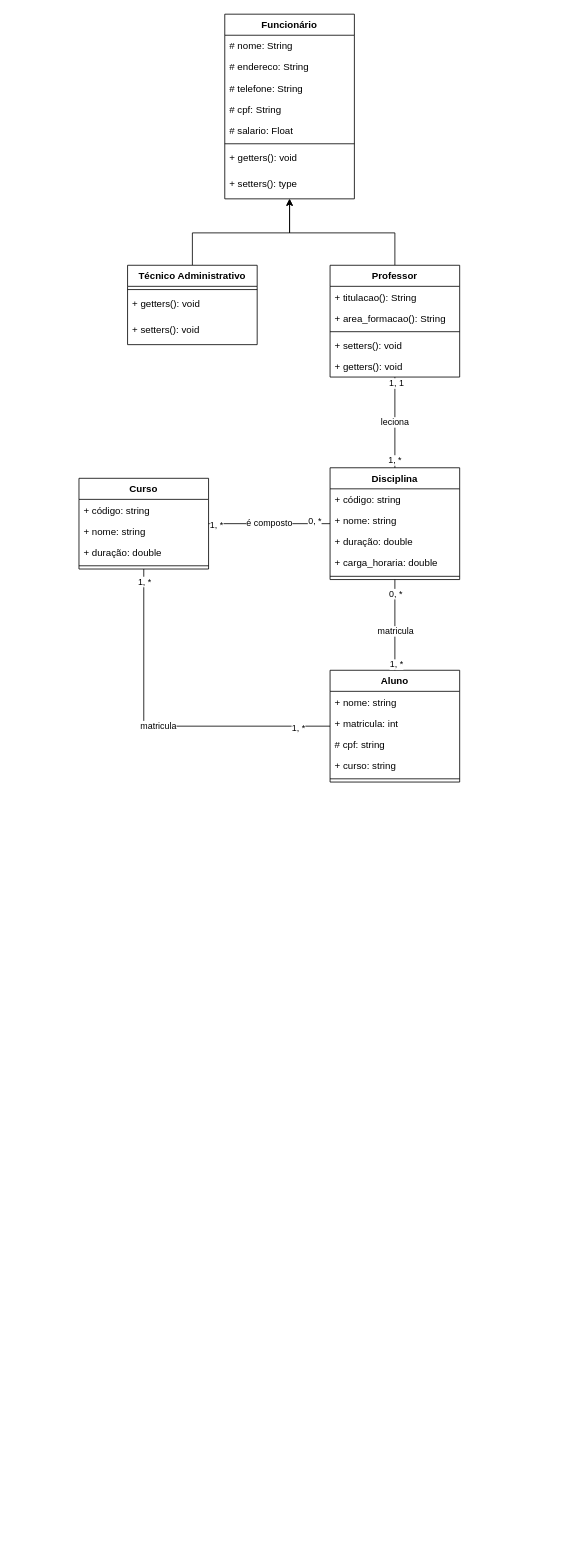
The draw.io diagram EQ3-UML-Gestao_academica.drawio in Karolayne-silva/atv-sistemaDeGestaoAcademica, before the edit. Source tidied: cells renumbered, new cells numbered last; positions are measured from the earlier drawing's top-left corner, leaving out a move shared by most shapes. Both pictures are drawn from the tidied source at 81%, with x=0, y=0 at pixel (79, 14).
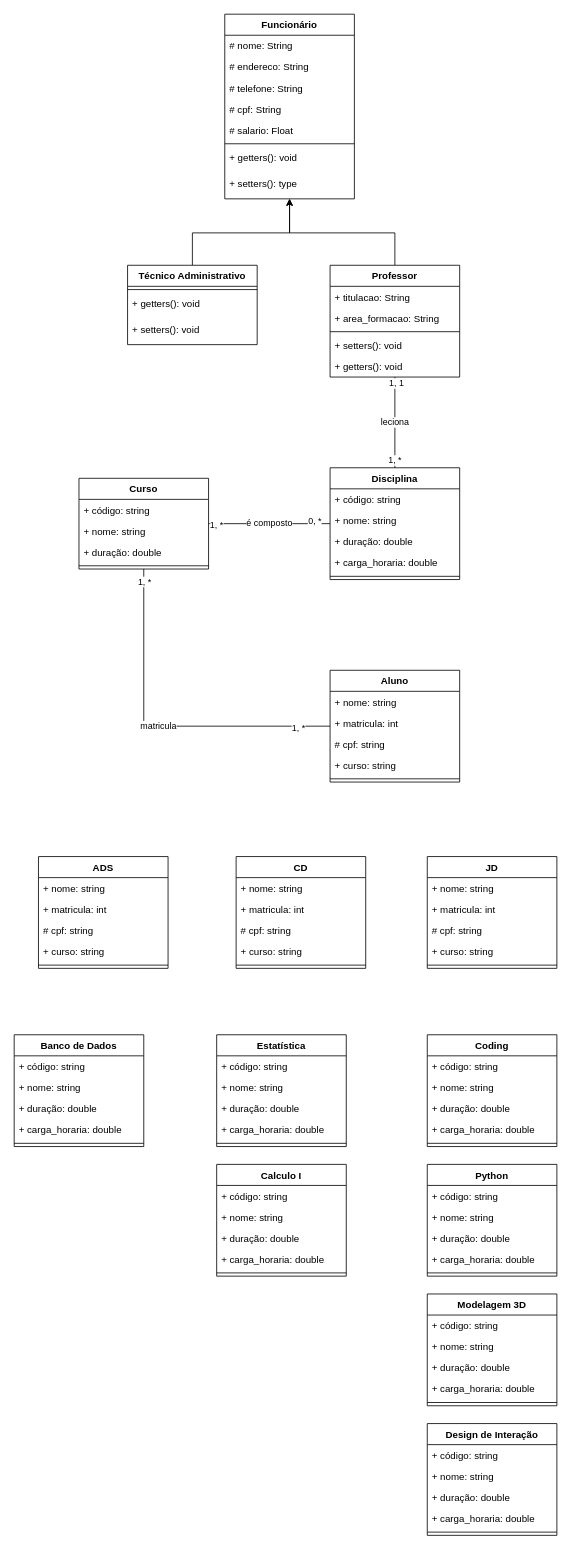
The same diagram, later.

The change refers to these unchanged cells:
```xml
<mxCell id="16" value="Disciplina" style="swimlane;fontStyle=1;align=center;verticalAlign=top;horizontal=1;startSize=26;" parent="1" vertex="1">
  <mxGeometry x="310" y="560" width="160" height="138" as="geometry" />
</mxCell>
<mxCell id="27" value="Professor&#10;" style="swimlane;fontStyle=1;align=center;verticalAlign=top;horizontal=1;startSize=26;" parent="1" vertex="1">
  <mxGeometry x="310" y="310" width="160" height="138" as="geometry" />
</mxCell>
<mxCell id="37" value="Aluno" style="swimlane;fontStyle=1;align=center;verticalAlign=top;horizontal=1;startSize=26;" parent="1" vertex="1">
  <mxGeometry x="310" y="810" width="160" height="138" as="geometry" />
</mxCell>
```

Diff of the diagram source:
```diff
@@
-    <mxCell id="28" value="+ titulacao(): String" style="text;strokeColor=none;fillColor=none;align=left;verticalAlign=top;spacingLeft=4;spacingRight=4;overflow=hidden;" parent="27" vertex="1">
+    <mxCell id="28" value="+ titulacao: String" style="text;strokeColor=none;fillColor=none;align=left;verticalAlign=top;spacingLeft=4;spacingRight=4;overflow=hidden;" parent="27" vertex="1">
       <mxGeometry y="26" width="160" height="26" as="geometry" />
     </mxCell>
-    <mxCell id="29" value="+ area_formacao(): String" style="text;strokeColor=none;fillColor=none;align=left;verticalAlign=top;spacingLeft=4;spacingRight=4;overflow=hidden;" parent="27" vertex="1">
+    <mxCell id="29" value="+ area_formacao: String" style="text;strokeColor=none;fillColor=none;align=left;verticalAlign=top;spacingLeft=4;spacingRight=4;overflow=hidden;" parent="27" vertex="1">
       <mxGeometry y="52" width="160" height="26" as="geometry" />
     </mxCell>
@@
-    <mxCell id="46" style="endArrow=none;html=1;edgeStyle=orthogonalEdgeStyle;rounded=0;" parent="1" edge="1" source="37" target="16">
-      <mxGeometry relative="1" as="geometry" />
-    </mxCell>
-    <mxCell id="47" value="&lt;div style=&quot;&quot;&gt;matricula&lt;/div&gt;" style="edgeLabel;html=1;align=center;verticalAlign=bottom;" parent="46" vertex="1">
-      <mxGeometry x="-1" relative="1" as="geometry">
-        <mxPoint y="-40" as="offset" />
-      </mxGeometry>
-    </mxCell>
-    <mxCell id="48" value="0, *" style="edgeLabel;html=1;align=center;verticalAlign=bottom;" parent="46" vertex="1">
-      <mxGeometry x="1" relative="1" as="geometry">
-        <mxPoint y="26" as="offset" />
-      </mxGeometry>
-    </mxCell>
-    <mxCell id="49" value="1, *" style="edgeLabel;html=1;align=center;verticalAlign=middle;" parent="46" vertex="1">
-      <mxGeometry x="-0.9" y="-1" relative="1" as="geometry">
-        <mxPoint y="-2" as="offset" />
-      </mxGeometry>
-    </mxCell>
@@
+    <mxCell id="53" value="ADS" style="swimlane;fontStyle=1;align=center;verticalAlign=top;horizontal=1;startSize=26;" parent="1" vertex="1">
+      <mxGeometry x="-50" y="1040" width="160" height="138" as="geometry" />
+    </mxCell>
+    <mxCell id="54" value="+ nome: string" style="text;strokeColor=none;fillColor=none;align=left;verticalAlign=top;spacingLeft=4;spacingRight=4;overflow=hidden;" parent="53" vertex="1">
+      <mxGeometry y="26" width="160" height="26" as="geometry" />
+    </mxCell>
+    <mxCell id="55" value="+ matricula: int " style="text;strokeColor=none;fillColor=none;align=left;verticalAlign=top;spacingLeft=4;spacingRight=4;overflow=hidden;" parent="53" vertex="1">
+      <mxGeometry y="52" width="160" height="26" as="geometry" />
+    </mxCell>
+    <mxCell id="56" value="# cpf: string" style="text;strokeColor=none;fillColor=none;align=left;verticalAlign=top;spacingLeft=4;spacingRight=4;overflow=hidden;" parent="53" vertex="1">
+      <mxGeometry y="78" width="160" height="26" as="geometry" />
+    </mxCell>
+    <mxCell id="57" value="+ curso: string" style="text;strokeColor=none;fillColor=none;align=left;verticalAlign=top;spacingLeft=4;spacingRight=4;overflow=hidden;" parent="53" vertex="1">
+      <mxGeometry y="104" width="160" height="26" as="geometry" />
+    </mxCell>
+    <mxCell id="58" style="line;strokeWidth=1;fillColor=none;align=left;verticalAlign=middle;spacingTop=-1;spacingLeft=3;spacingRight=3;labelPosition=right;strokeColor=inherit;" parent="53" vertex="1">
+      <mxGeometry y="130" width="160" height="8" as="geometry" />
+    </mxCell>
+    <mxCell id="59" value="CD" style="swimlane;fontStyle=1;align=center;verticalAlign=top;horizontal=1;startSize=26;" parent="1" vertex="1">
+      <mxGeometry x="194" y="1040" width="160" height="138" as="geometry" />
+    </mxCell>
+    <mxCell id="60" value="+ nome: string" style="text;strokeColor=none;fillColor=none;align=left;verticalAlign=top;spacingLeft=4;spacingRight=4;overflow=hidden;" parent="59" vertex="1">
+      <mxGeometry y="26" width="160" height="26" as="geometry" />
+    </mxCell>
+    <mxCell id="61" value="+ matricula: int " style="text;strokeColor=none;fillColor=none;align=left;verticalAlign=top;spacingLeft=4;spacingRight=4;overflow=hidden;" parent="59" vertex="1">
+      <mxGeometry y="52" width="160" height="26" as="geometry" />
+    </mxCell>
+    <mxCell id="62" value="# cpf: string" style="text;strokeColor=none;fillColor=none;align=left;verticalAlign=top;spacingLeft=4;spacingRight=4;overflow=hidden;" parent="59" vertex="1">
+      <mxGeometry y="78" width="160" height="26" as="geometry" />
+    </mxCell>
+    <mxCell id="63" value="+ curso: string" style="text;strokeColor=none;fillColor=none;align=left;verticalAlign=top;spacingLeft=4;spacingRight=4;overflow=hidden;" parent="59" vertex="1">
+      <mxGeometry y="104" width="160" height="26" as="geometry" />
+    </mxCell>
+    <mxCell id="64" style="line;strokeWidth=1;fillColor=none;align=left;verticalAlign=middle;spacingTop=-1;spacingLeft=3;spacingRight=3;labelPosition=right;strokeColor=inherit;" parent="59" vertex="1">
+      <mxGeometry y="130" width="160" height="8" as="geometry" />
+    </mxCell>
+    <mxCell id="65" value="JD" style="swimlane;fontStyle=1;align=center;verticalAlign=top;horizontal=1;startSize=26;" parent="1" vertex="1">
+      <mxGeometry x="430" y="1040" width="160" height="138" as="geometry" />
+    </mxCell>
+    <mxCell id="66" value="+ nome: string" style="text;strokeColor=none;fillColor=none;align=left;verticalAlign=top;spacingLeft=4;spacingRight=4;overflow=hidden;" parent="65" vertex="1">
+      <mxGeometry y="26" width="160" height="26" as="geometry" />
+    </mxCell>
+    <mxCell id="67" value="+ matricula: int " style="text;strokeColor=none;fillColor=none;align=left;verticalAlign=top;spacingLeft=4;spacingRight=4;overflow=hidden;" parent="65" vertex="1">
+      <mxGeometry y="52" width="160" height="26" as="geometry" />
+    </mxCell>
+    <mxCell id="68" value="# cpf: string" style="text;strokeColor=none;fillColor=none;align=left;verticalAlign=top;spacingLeft=4;spacingRight=4;overflow=hidden;" parent="65" vertex="1">
+      <mxGeometry y="78" width="160" height="26" as="geometry" />
+    </mxCell>
+    <mxCell id="69" value="+ curso: string" style="text;strokeColor=none;fillColor=none;align=left;verticalAlign=top;spacingLeft=4;spacingRight=4;overflow=hidden;" parent="65" vertex="1">
+      <mxGeometry y="104" width="160" height="26" as="geometry" />
+    </mxCell>
+    <mxCell id="70" style="line;strokeWidth=1;fillColor=none;align=left;verticalAlign=middle;spacingTop=-1;spacingLeft=3;spacingRight=3;labelPosition=right;strokeColor=inherit;" parent="65" vertex="1">
+      <mxGeometry y="130" width="160" height="8" as="geometry" />
+    </mxCell>
+    <mxCell id="71" value="Banco de Dados&#10;" style="swimlane;fontStyle=1;align=center;verticalAlign=top;horizontal=1;startSize=26;" parent="1" vertex="1">
+      <mxGeometry x="-80" y="1260" width="160" height="138" as="geometry" />
+    </mxCell>
+    <mxCell id="72" value="+ código: string" style="text;strokeColor=none;fillColor=none;align=left;verticalAlign=top;spacingLeft=4;spacingRight=4;overflow=hidden;" parent="71" vertex="1">
+      <mxGeometry y="26" width="160" height="26" as="geometry" />
+    </mxCell>
+    <mxCell id="73" value="+ nome: string" style="text;strokeColor=none;fillColor=none;align=left;verticalAlign=top;spacingLeft=4;spacingRight=4;overflow=hidden;" parent="71" vertex="1">
+      <mxGeometry y="52" width="160" height="26" as="geometry" />
+    </mxCell>
+    <mxCell id="74" value="+ duração: double" style="text;strokeColor=none;fillColor=none;align=left;verticalAlign=top;spacingLeft=4;spacingRight=4;overflow=hidden;" parent="71" vertex="1">
+      <mxGeometry y="78" width="160" height="26" as="geometry" />
+    </mxCell>
+    <mxCell id="75" value="+ carga_horaria: double" style="text;strokeColor=none;fillColor=none;align=left;verticalAlign=top;spacingLeft=4;spacingRight=4;overflow=hidden;" parent="71" vertex="1">
+      <mxGeometry y="104" width="160" height="26" as="geometry" />
+    </mxCell>
+    <mxCell id="76" style="line;strokeWidth=1;fillColor=none;align=left;verticalAlign=middle;spacingTop=-1;spacingLeft=3;spacingRight=3;labelPosition=right;strokeColor=inherit;" parent="71" vertex="1">
+      <mxGeometry y="130" width="160" height="8" as="geometry" />
+    </mxCell>
+    <mxCell id="77" value="Coding" style="swimlane;fontStyle=1;align=center;verticalAlign=top;horizontal=1;startSize=26;" parent="1" vertex="1">
+      <mxGeometry x="430" y="1260" width="160" height="138" as="geometry" />
+    </mxCell>
+    <mxCell id="78" value="+ código: string" style="text;strokeColor=none;fillColor=none;align=left;verticalAlign=top;spacingLeft=4;spacingRight=4;overflow=hidden;" parent="77" vertex="1">
+      <mxGeometry y="26" width="160" height="26" as="geometry" />
+    </mxCell>
+    <mxCell id="79" value="+ nome: string" style="text;strokeColor=none;fillColor=none;align=left;verticalAlign=top;spacingLeft=4;spacingRight=4;overflow=hidden;" parent="77" vertex="1">
+      <mxGeometry y="52" width="160" height="26" as="geometry" />
+    </mxCell>
+    <mxCell id="80" value="+ duração: double" style="text;strokeColor=none;fillColor=none;align=left;verticalAlign=top;spacingLeft=4;spacingRight=4;overflow=hidden;" parent="77" vertex="1">
+      <mxGeometry y="78" width="160" height="26" as="geometry" />
+    </mxCell>
+    <mxCell id="81" value="+ carga_horaria: double" style="text;strokeColor=none;fillColor=none;align=left;verticalAlign=top;spacingLeft=4;spacingRight=4;overflow=hidden;" parent="77" vertex="1">
+      <mxGeometry y="104" width="160" height="26" as="geometry" />
+    </mxCell>
+    <mxCell id="82" style="line;strokeWidth=1;fillColor=none;align=left;verticalAlign=middle;spacingTop=-1;spacingLeft=3;spacingRight=3;labelPosition=right;strokeColor=inherit;" parent="77" vertex="1">
+      <mxGeometry y="130" width="160" height="8" as="geometry" />
+    </mxCell>
+    <mxCell id="83" value="Estatística" style="swimlane;fontStyle=1;align=center;verticalAlign=top;horizontal=1;startSize=26;" parent="1" vertex="1">
+      <mxGeometry x="170" y="1260" width="160" height="138" as="geometry" />
+    </mxCell>
+    <mxCell id="84" value="+ código: string" style="text;strokeColor=none;fillColor=none;align=left;verticalAlign=top;spacingLeft=4;spacingRight=4;overflow=hidden;" parent="83" vertex="1">
+      <mxGeometry y="26" width="160" height="26" as="geometry" />
+    </mxCell>
+    <mxCell id="85" value="+ nome: string" style="text;strokeColor=none;fillColor=none;align=left;verticalAlign=top;spacingLeft=4;spacingRight=4;overflow=hidden;" parent="83" vertex="1">
+      <mxGeometry y="52" width="160" height="26" as="geometry" />
+    </mxCell>
+    <mxCell id="86" value="+ duração: double" style="text;strokeColor=none;fillColor=none;align=left;verticalAlign=top;spacingLeft=4;spacingRight=4;overflow=hidden;" parent="83" vertex="1">
+      <mxGeometry y="78" width="160" height="26" as="geometry" />
+    </mxCell>
+    <mxCell id="87" value="+ carga_horaria: double" style="text;strokeColor=none;fillColor=none;align=left;verticalAlign=top;spacingLeft=4;spacingRight=4;overflow=hidden;" parent="83" vertex="1">
+      <mxGeometry y="104" width="160" height="26" as="geometry" />
+    </mxCell>
+    <mxCell id="88" style="line;strokeWidth=1;fillColor=none;align=left;verticalAlign=middle;spacingTop=-1;spacingLeft=3;spacingRight=3;labelPosition=right;strokeColor=inherit;" parent="83" vertex="1">
+      <mxGeometry y="130" width="160" height="8" as="geometry" />
+    </mxCell>
+    <mxCell id="89" value="Design de Interação" style="swimlane;fontStyle=1;align=center;verticalAlign=top;horizontal=1;startSize=26;" parent="1" vertex="1">
+      <mxGeometry x="430" y="1740" width="160" height="138" as="geometry" />
+    </mxCell>
+    <mxCell id="90" value="+ código: string" style="text;strokeColor=none;fillColor=none;align=left;verticalAlign=top;spacingLeft=4;spacingRight=4;overflow=hidden;" parent="89" vertex="1">
+      <mxGeometry y="26" width="160" height="26" as="geometry" />
+    </mxCell>
+    <mxCell id="91" value="+ nome: string" style="text;strokeColor=none;fillColor=none;align=left;verticalAlign=top;spacingLeft=4;spacingRight=4;overflow=hidden;" parent="89" vertex="1">
+      <mxGeometry y="52" width="160" height="26" as="geometry" />
+    </mxCell>
+    <mxCell id="92" value="+ duração: double" style="text;strokeColor=none;fillColor=none;align=left;verticalAlign=top;spacingLeft=4;spacingRight=4;overflow=hidden;" parent="89" vertex="1">
+      <mxGeometry y="78" width="160" height="26" as="geometry" />
+    </mxCell>
+    <mxCell id="93" value="+ carga_horaria: double" style="text;strokeColor=none;fillColor=none;align=left;verticalAlign=top;spacingLeft=4;spacingRight=4;overflow=hidden;" parent="89" vertex="1">
+      <mxGeometry y="104" width="160" height="26" as="geometry" />
+    </mxCell>
+    <mxCell id="94" style="line;strokeWidth=1;fillColor=none;align=left;verticalAlign=middle;spacingTop=-1;spacingLeft=3;spacingRight=3;labelPosition=right;strokeColor=inherit;" parent="89" vertex="1">
+      <mxGeometry y="130" width="160" height="8" as="geometry" />
+    </mxCell>
+    <mxCell id="95" value="Python" style="swimlane;fontStyle=1;align=center;verticalAlign=top;horizontal=1;startSize=26;" parent="1" vertex="1">
+      <mxGeometry x="430" y="1420" width="160" height="138" as="geometry" />
+    </mxCell>
+    <mxCell id="96" value="+ código: string" style="text;strokeColor=none;fillColor=none;align=left;verticalAlign=top;spacingLeft=4;spacingRight=4;overflow=hidden;" parent="95" vertex="1">
+      <mxGeometry y="26" width="160" height="26" as="geometry" />
+    </mxCell>
+    <mxCell id="97" value="+ nome: string" style="text;strokeColor=none;fillColor=none;align=left;verticalAlign=top;spacingLeft=4;spacingRight=4;overflow=hidden;" parent="95" vertex="1">
+      <mxGeometry y="52" width="160" height="26" as="geometry" />
+    </mxCell>
+    <mxCell id="98" value="+ duração: double" style="text;strokeColor=none;fillColor=none;align=left;verticalAlign=top;spacingLeft=4;spacingRight=4;overflow=hidden;" parent="95" vertex="1">
+      <mxGeometry y="78" width="160" height="26" as="geometry" />
+    </mxCell>
+    <mxCell id="99" value="+ carga_horaria: double" style="text;strokeColor=none;fillColor=none;align=left;verticalAlign=top;spacingLeft=4;spacingRight=4;overflow=hidden;" parent="95" vertex="1">
+      <mxGeometry y="104" width="160" height="26" as="geometry" />
+    </mxCell>
+    <mxCell id="100" style="line;strokeWidth=1;fillColor=none;align=left;verticalAlign=middle;spacingTop=-1;spacingLeft=3;spacingRight=3;labelPosition=right;strokeColor=inherit;" parent="95" vertex="1">
+      <mxGeometry y="130" width="160" height="8" as="geometry" />
+    </mxCell>
+    <mxCell id="101" value="Modelagem 3D" style="swimlane;fontStyle=1;align=center;verticalAlign=top;horizontal=1;startSize=26;" parent="1" vertex="1">
+      <mxGeometry x="430" y="1580" width="160" height="138" as="geometry" />
+    </mxCell>
+    <mxCell id="102" value="+ código: string" style="text;strokeColor=none;fillColor=none;align=left;verticalAlign=top;spacingLeft=4;spacingRight=4;overflow=hidden;" parent="101" vertex="1">
+      <mxGeometry y="26" width="160" height="26" as="geometry" />
+    </mxCell>
+    <mxCell id="103" value="+ nome: string" style="text;strokeColor=none;fillColor=none;align=left;verticalAlign=top;spacingLeft=4;spacingRight=4;overflow=hidden;" parent="101" vertex="1">
+      <mxGeometry y="52" width="160" height="26" as="geometry" />
+    </mxCell>
+    <mxCell id="104" value="+ duração: double" style="text;strokeColor=none;fillColor=none;align=left;verticalAlign=top;spacingLeft=4;spacingRight=4;overflow=hidden;" parent="101" vertex="1">
+      <mxGeometry y="78" width="160" height="26" as="geometry" />
+    </mxCell>
+    <mxCell id="105" value="+ carga_horaria: double" style="text;strokeColor=none;fillColor=none;align=left;verticalAlign=top;spacingLeft=4;spacingRight=4;overflow=hidden;" parent="101" vertex="1">
+      <mxGeometry y="104" width="160" height="26" as="geometry" />
+    </mxCell>
+    <mxCell id="106" style="line;strokeWidth=1;fillColor=none;align=left;verticalAlign=middle;spacingTop=-1;spacingLeft=3;spacingRight=3;labelPosition=right;strokeColor=inherit;" parent="101" vertex="1">
+      <mxGeometry y="130" width="160" height="8" as="geometry" />
+    </mxCell>
+    <mxCell id="107" value="Calculo I" style="swimlane;fontStyle=1;align=center;verticalAlign=top;horizontal=1;startSize=26;" parent="1" vertex="1">
+      <mxGeometry x="170" y="1420" width="160" height="138" as="geometry" />
+    </mxCell>
+    <mxCell id="108" value="+ código: string" style="text;strokeColor=none;fillColor=none;align=left;verticalAlign=top;spacingLeft=4;spacingRight=4;overflow=hidden;" parent="107" vertex="1">
+      <mxGeometry y="26" width="160" height="26" as="geometry" />
+    </mxCell>
+    <mxCell id="109" value="+ nome: string" style="text;strokeColor=none;fillColor=none;align=left;verticalAlign=top;spacingLeft=4;spacingRight=4;overflow=hidden;" parent="107" vertex="1">
+      <mxGeometry y="52" width="160" height="26" as="geometry" />
+    </mxCell>
+    <mxCell id="110" value="+ duração: double" style="text;strokeColor=none;fillColor=none;align=left;verticalAlign=top;spacingLeft=4;spacingRight=4;overflow=hidden;" parent="107" vertex="1">
+      <mxGeometry y="78" width="160" height="26" as="geometry" />
+    </mxCell>
+    <mxCell id="111" value="+ carga_horaria: double" style="text;strokeColor=none;fillColor=none;align=left;verticalAlign=top;spacingLeft=4;spacingRight=4;overflow=hidden;" parent="107" vertex="1">
+      <mxGeometry y="104" width="160" height="26" as="geometry" />
+    </mxCell>
+    <mxCell id="112" style="line;strokeWidth=1;fillColor=none;align=left;verticalAlign=middle;spacingTop=-1;spacingLeft=3;spacingRight=3;labelPosition=right;strokeColor=inherit;" parent="107" vertex="1">
+      <mxGeometry y="130" width="160" height="8" as="geometry" />
+    </mxCell>
```
